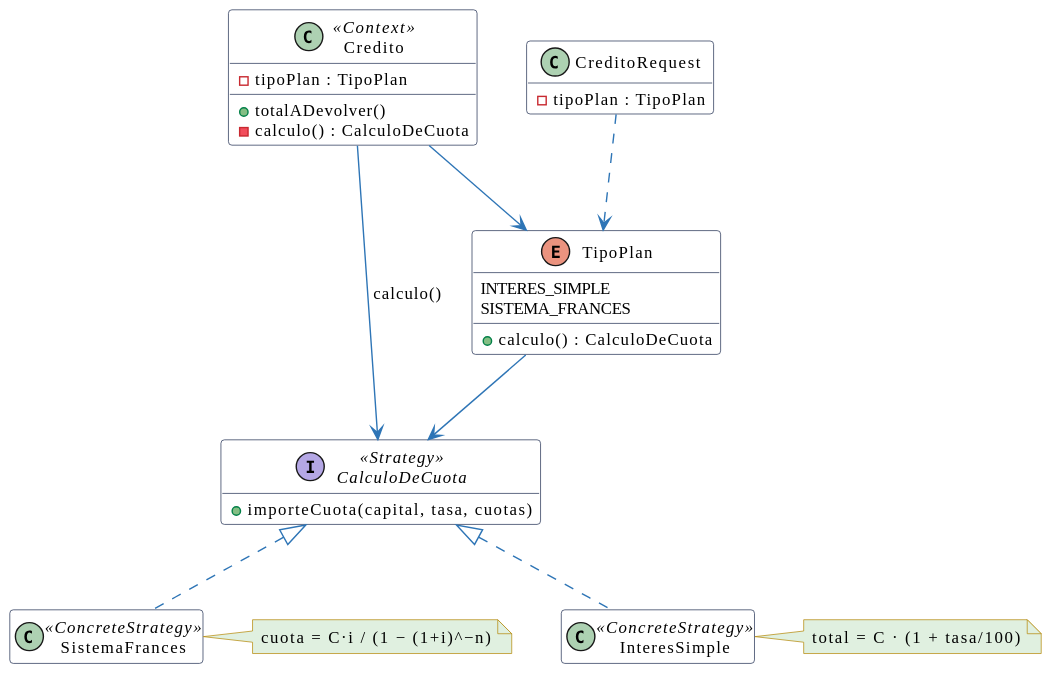
Earlier version of the PlantUML export docs/reporte/puml/m9-despues.svg (andreiveisuade/TPO-ProcesoDesarrolloSoftware-V3). Its source is kept beside it as docs/reporte/puml/m9-despues.puml.
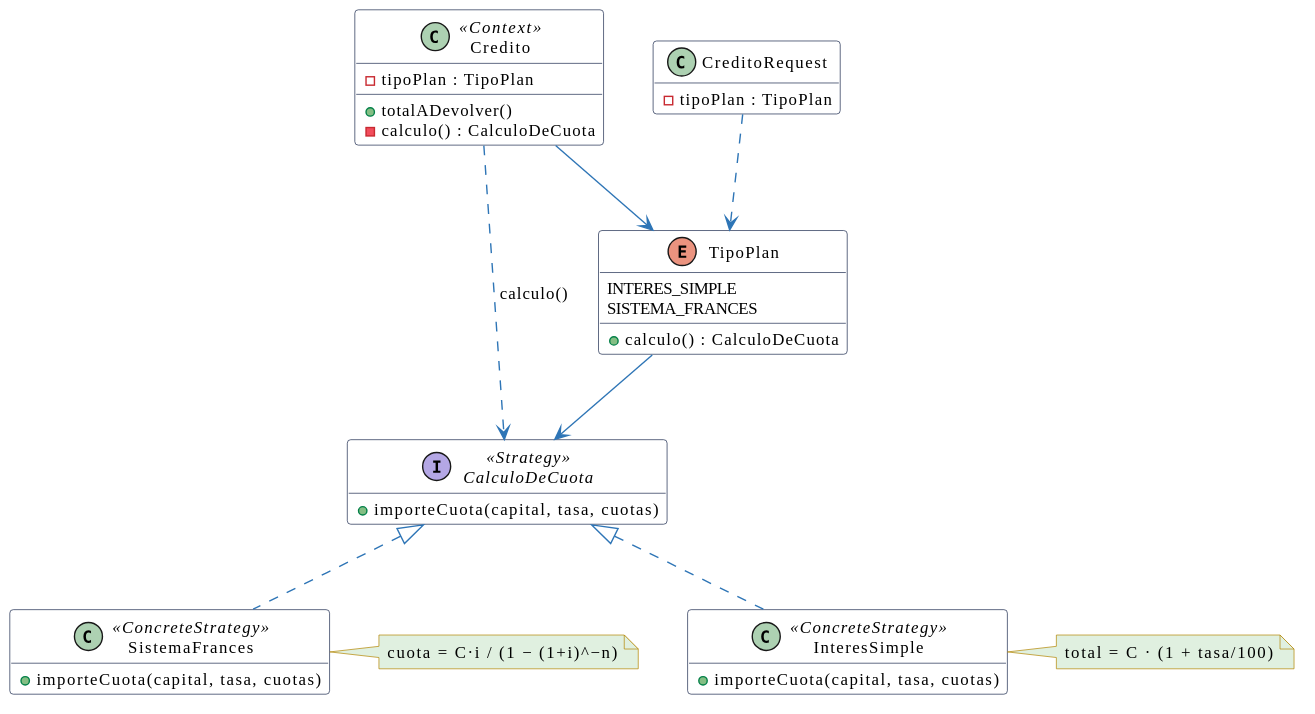
After the change.

The edit, as a diff of the source:
```diff
@@ -22,13 +22,17 @@
 interface CalculoDeCuota <<Strategy>> {
   +importeCuota(capital, tasa, cuotas)
 }
-class InteresSimple <<ConcreteStrategy>>
-class SistemaFrances <<ConcreteStrategy>>
+class InteresSimple <<ConcreteStrategy>> {
+  +importeCuota(capital, tasa, cuotas)
+}
+class SistemaFrances <<ConcreteStrategy>> {
+  +importeCuota(capital, tasa, cuotas)
+}
 class CreditoRequest {
   -tipoPlan : TipoPlan
 }
 Credito --> TipoPlan
-Credito --> CalculoDeCuota : calculo()
+Credito ..> CalculoDeCuota : calculo()
 TipoPlan --> CalculoDeCuota
 CalculoDeCuota <|.. InteresSimple
 CalculoDeCuota <|.. SistemaFrances
```
